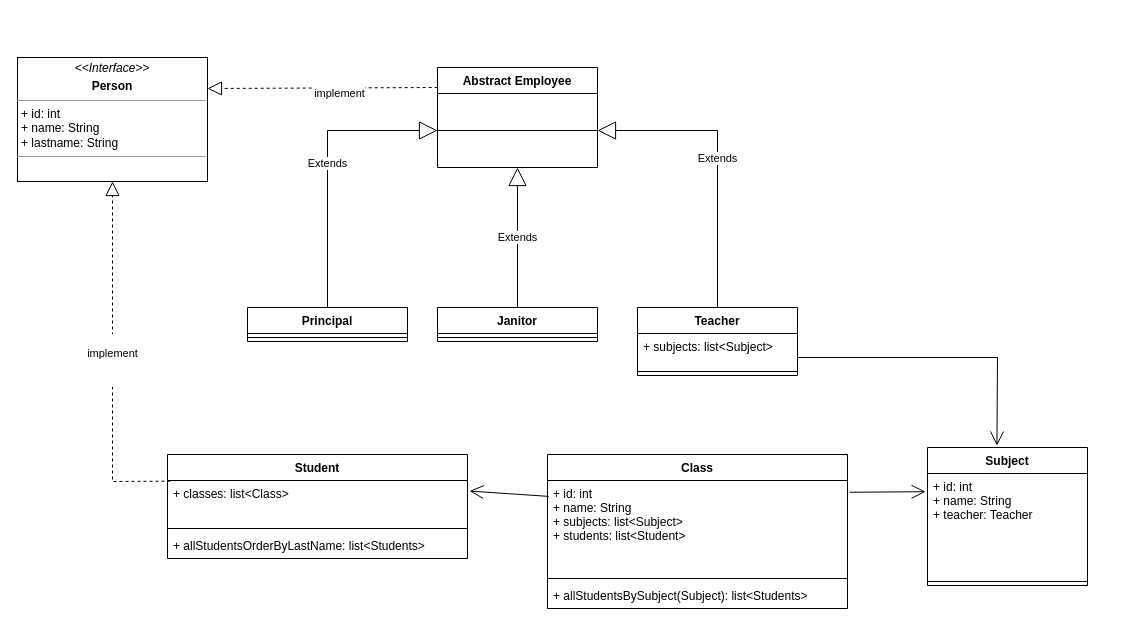
Above: dmaceira-exercise1.drawio in diegomaceira/teracode (draw.io), before the change. Source tidied: cells renumbered, new cells numbered last; positions are measured from the earlier drawing's top-left corner, leaving out a move shared by most shapes. Both pictures are drawn from the tidied source at 100%, with x=0, y=0 at pixel (17, 57).
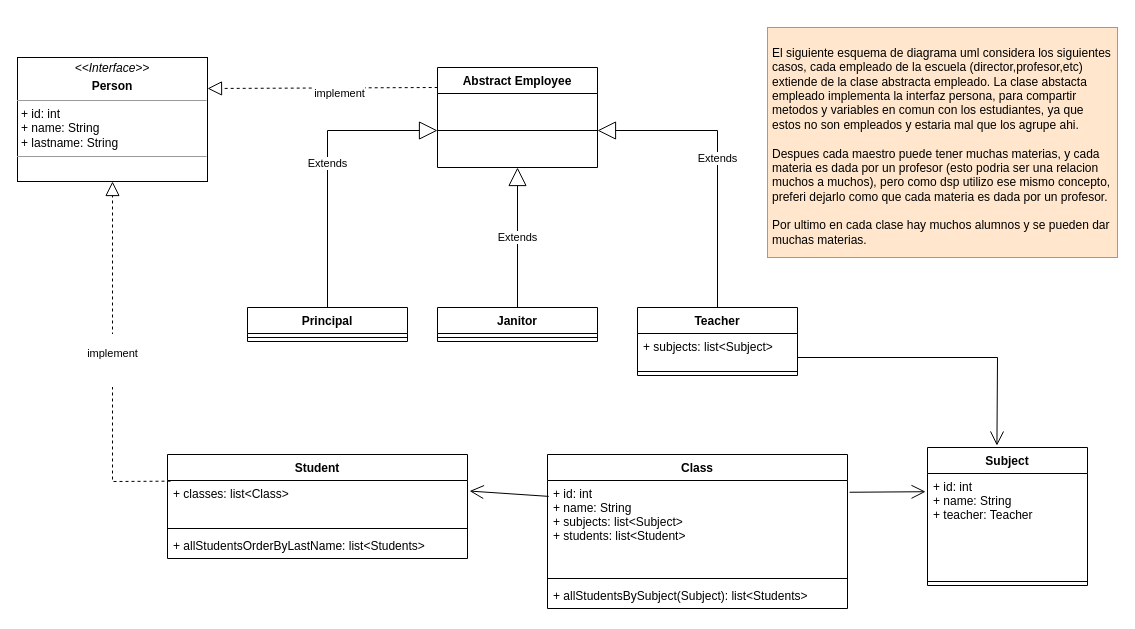
After the change.

Change to the diagram source:
```diff
@@
+    <mxCell id="32" value="&lt;div&gt;&lt;br&gt;&lt;/div&gt;&lt;div&gt;&lt;br&gt;&lt;/div&gt;&lt;div&gt;El siguiente esquema de diagrama uml considera los siguientes casos, cada empleado de la escuela (director,profesor,etc) extiende de la clase abstracta empleado. La clase abstacta empleado implementa la interfaz persona, para compartir metodos y variables en comun con los estudiantes, ya que estos no son empleados y estaria mal que los agrupe ahi.&lt;/div&gt;&lt;div&gt;&lt;br&gt;&lt;/div&gt;&lt;div&gt;Despues cada maestro puede tener muchas materias, y cada materia es dada por un profesor (esto podria ser una relacion muchos a muchos), pero como dsp utilizo ese mismo concepto, preferi dejarlo como que cada materia es dada por un profesor.&lt;/div&gt;&lt;div&gt;&lt;br&gt;&lt;/div&gt;&lt;div&gt;Por ultimo en cada clase hay muchos alumnos y se pueden dar muchas materias.&lt;br&gt;&lt;/div&gt;" style="text;html=1;strokeColor=#d79b00;fillColor=#ffe6cc;spacing=5;spacingTop=-20;whiteSpace=wrap;overflow=hidden;rounded=0;" parent="1" vertex="1">
+      <mxGeometry x="750" y="-30" width="350" height="230" as="geometry" />
+    </mxCell>
```
